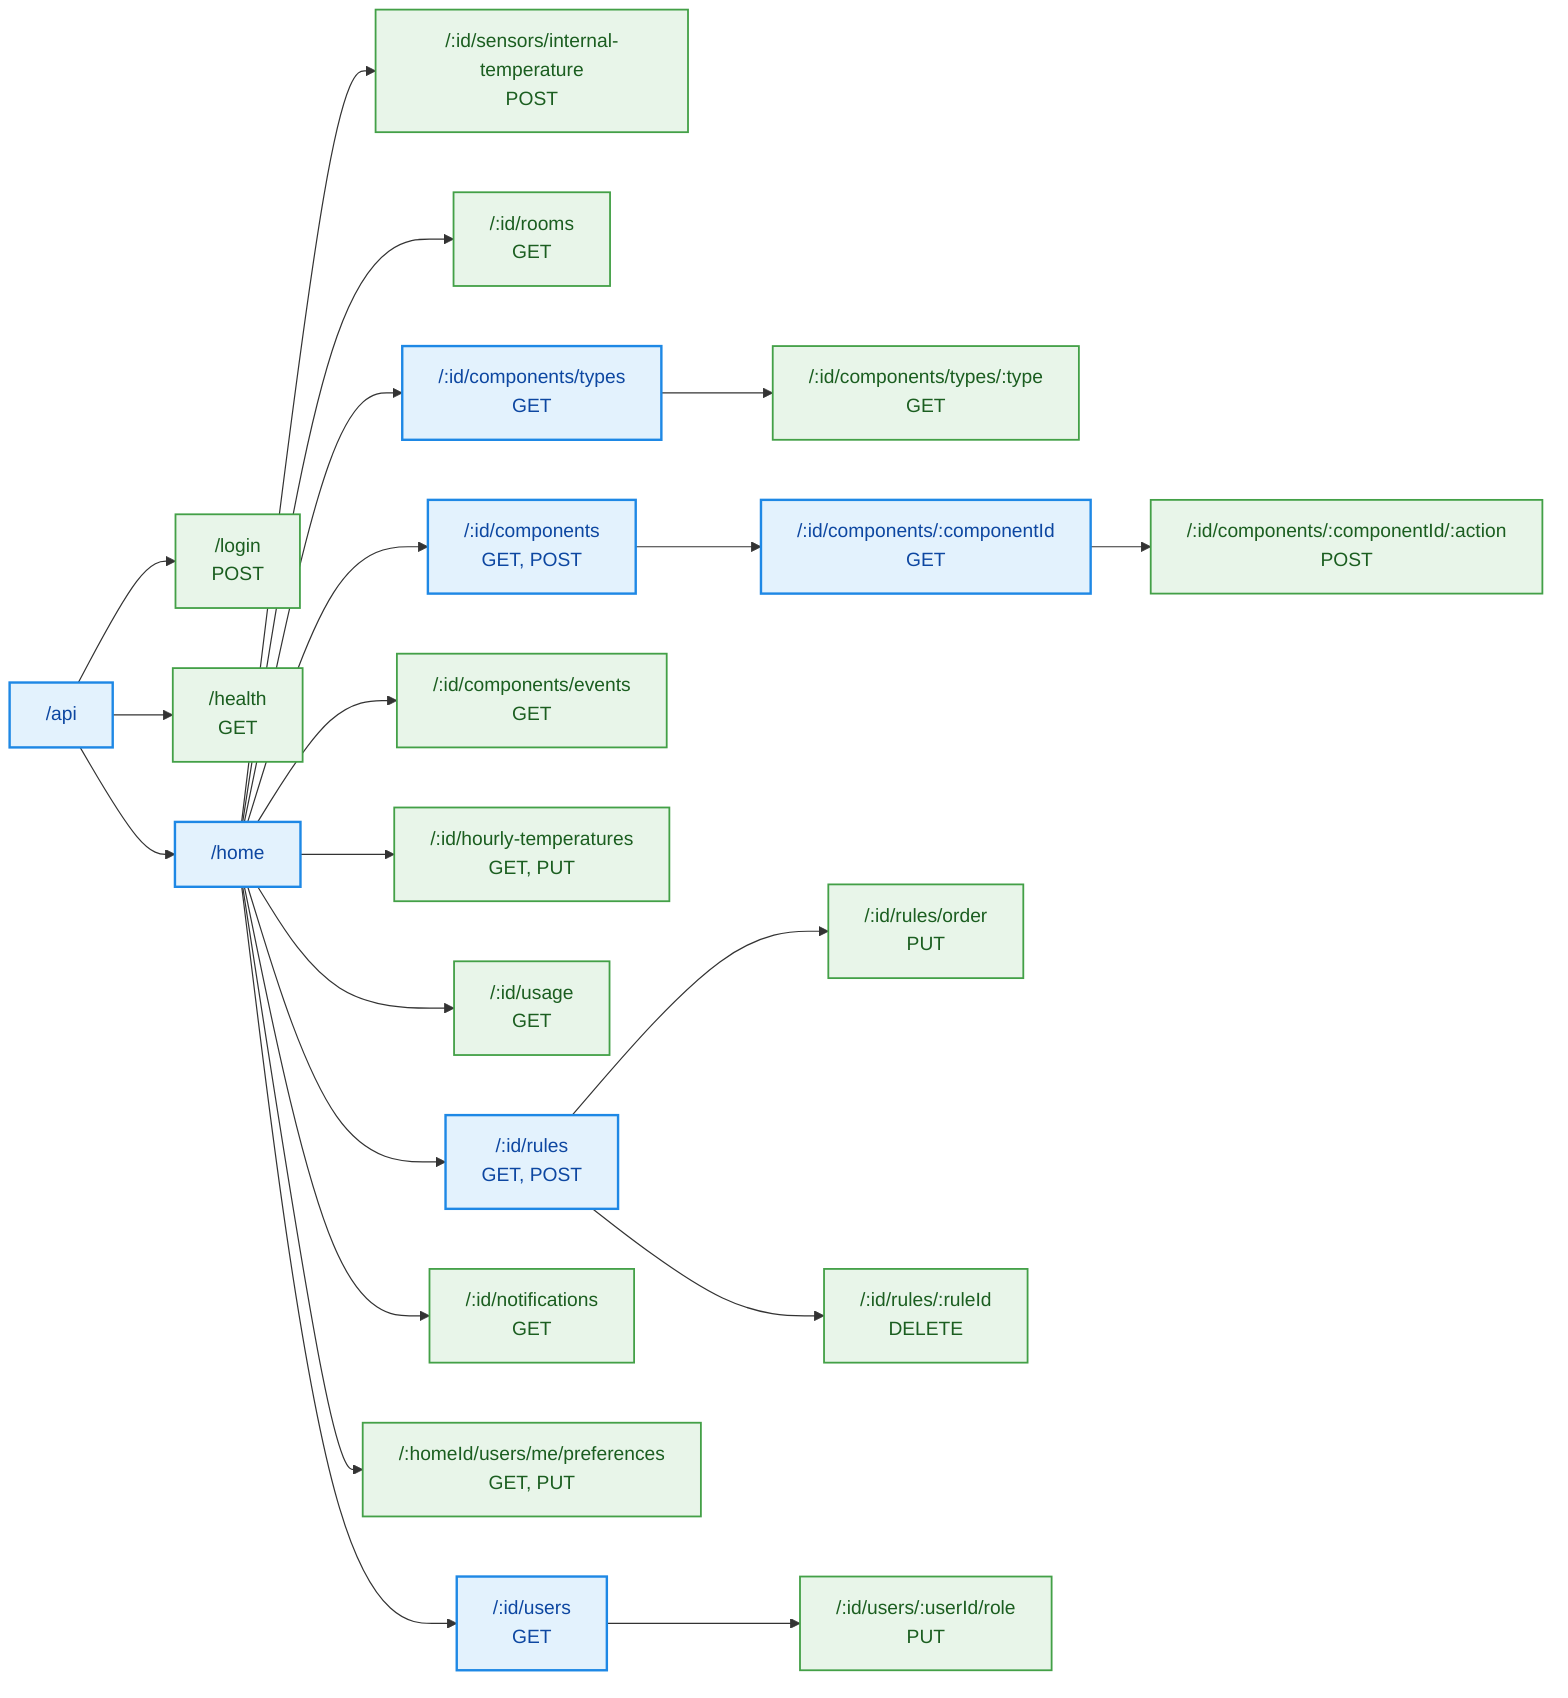
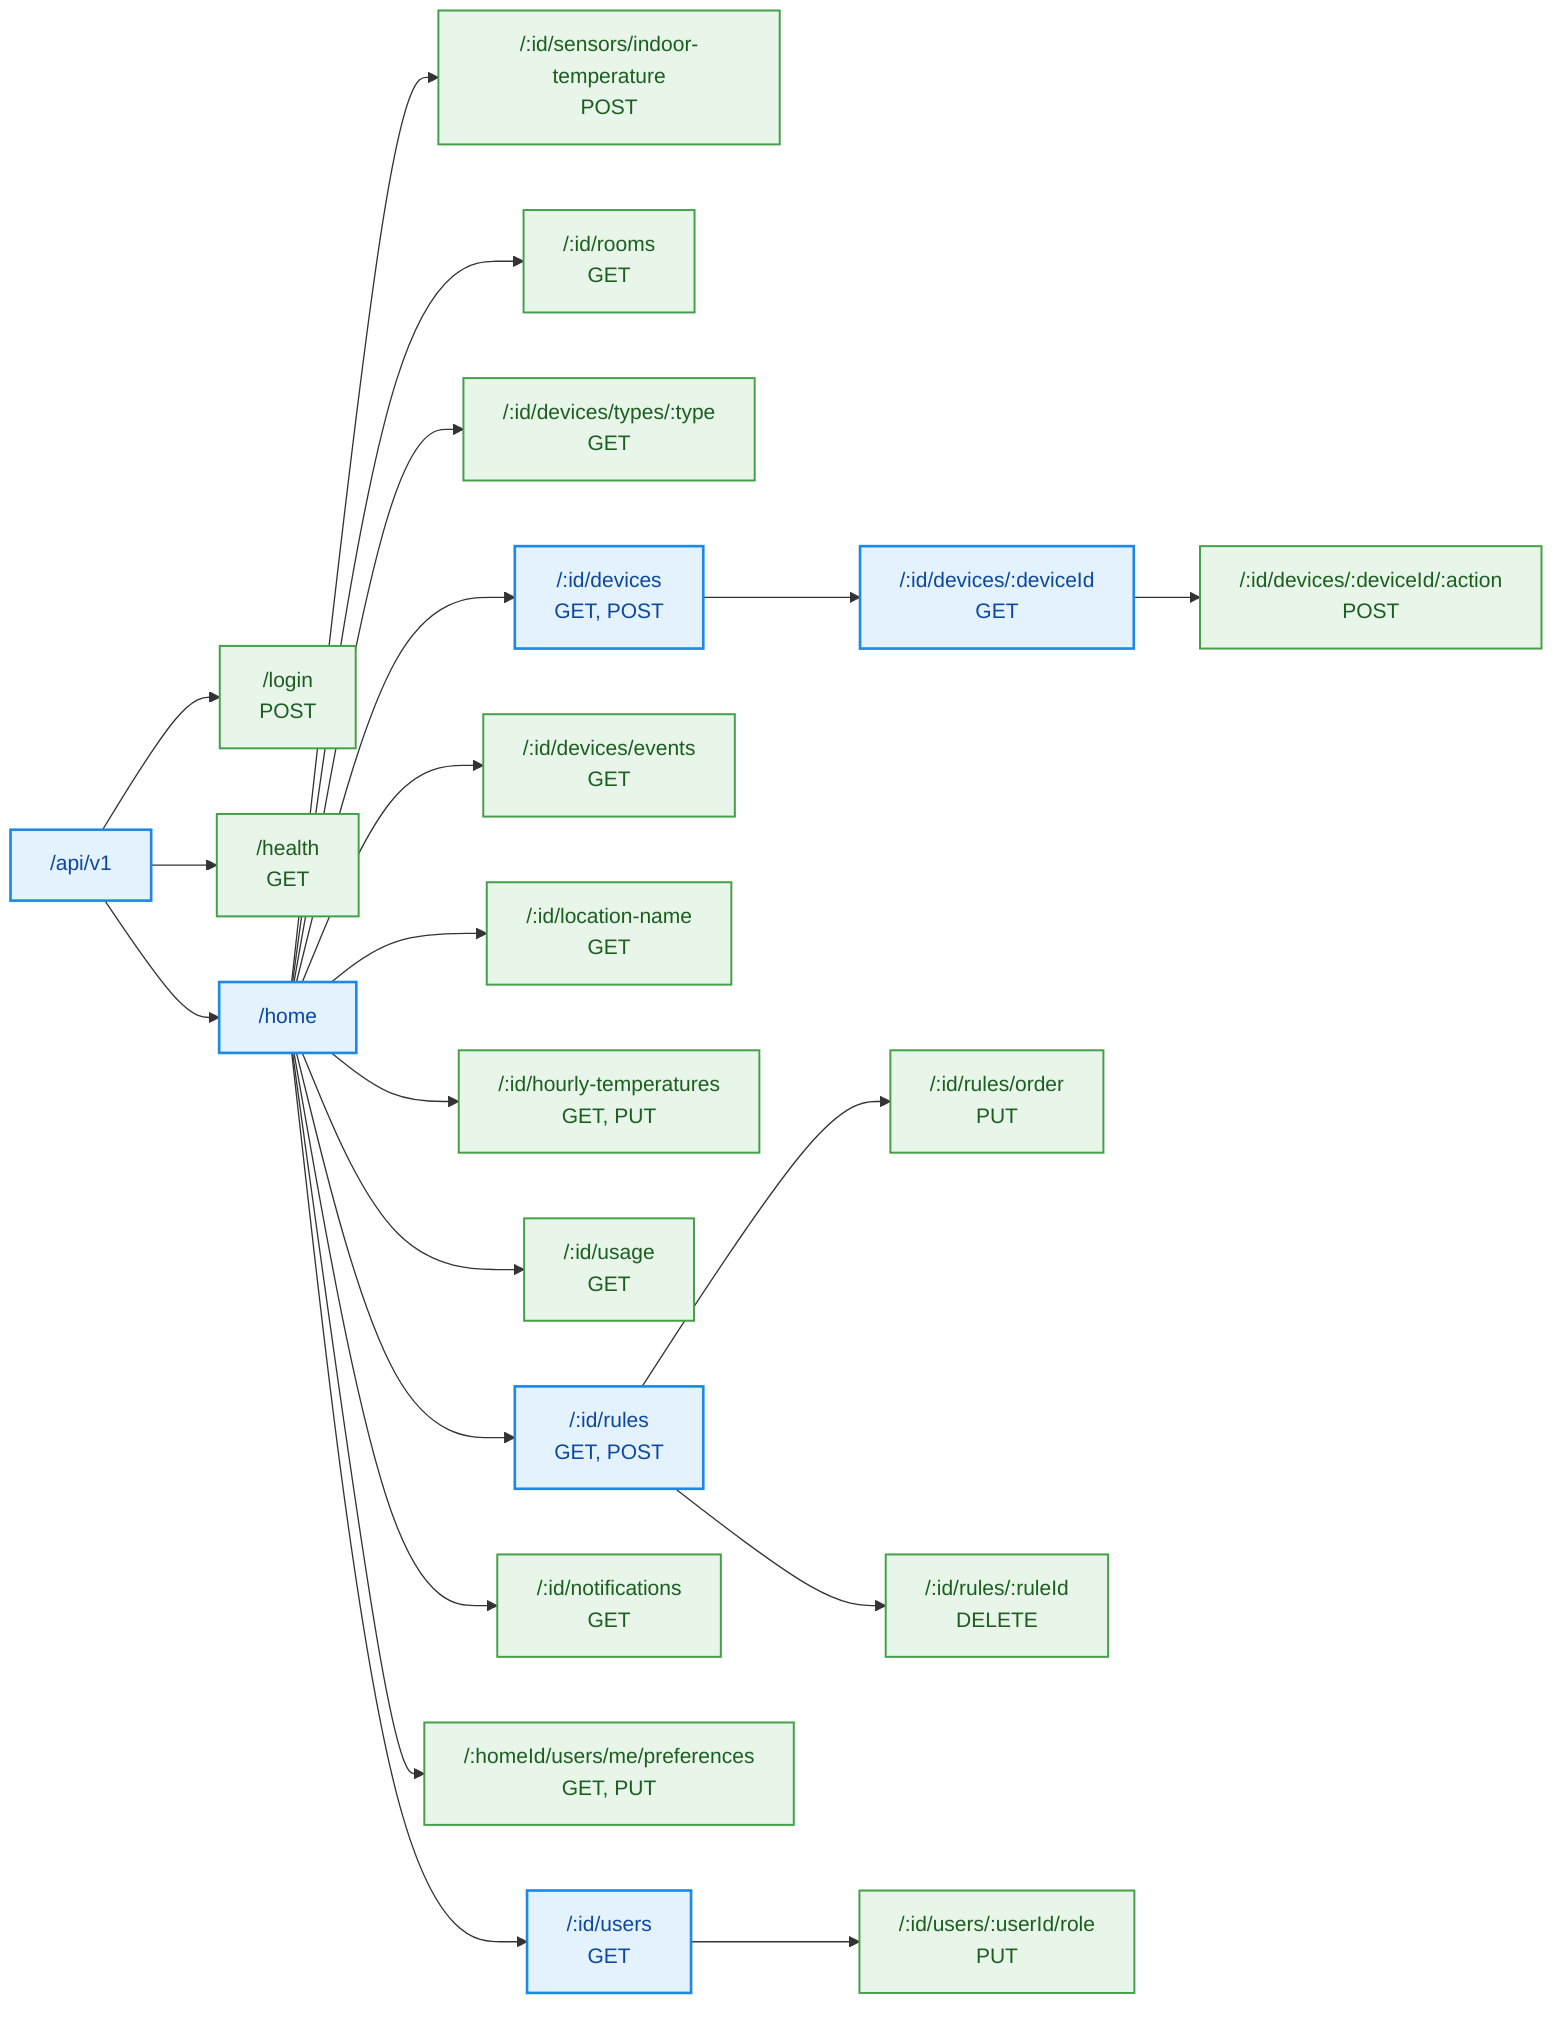
flowchart LR
-   api["/api"]:::api
+   api["/api/v1"]:::api
  api --> login["/login<br/>POST"]:::leaf
  api --> health["/health<br/>GET"]:::leaf
  api --> home["/home"]:::api
-   home --> sensors["/:id/sensors/internal-temperature<br/>POST"]:::leaf
+   home --> sensors["/:id/sensors/indoor-temperature<br/>POST"]:::leaf
  home --> rooms["/:id/rooms<br/>GET"]:::leaf
-   home --> comp_types["/:id/components/types<br/>GET"]:::api
-   comp_types --> comp_types_by["/:id/components/types/:type<br/>GET"]:::leaf
-   home --> comps["/:id/components<br/>GET, POST"]:::api
-   comps --> comp_get["/:id/components/:componentId<br/>GET"]:::api
-   comp_get --> comp_action["/:id/components/:componentId/:action<br/>POST"]:::leaf
-   home --> comp_events["/:id/components/events<br/>GET"]:::leaf
+   home --> comp_types_by["/:id/devices/types/:type<br/>GET"]:::leaf
+   home --> comps["/:id/devices<br/>GET, POST"]:::api
+   home --> comp_events["/:id/devices/events<br/>GET"]:::leaf
+   comps --> comp_get["/:id/devices/:deviceId<br/>GET"]:::api
+   comp_get --> comp_action["/:id/devices/:deviceId/:action<br/>POST"]:::leaf
+   home --> location_name["/:id/location-name<br/>GET"]:::leaf
  home --> hourly["/:id/hourly-temperatures<br/>GET, PUT"]:::leaf
  home --> usage["/:id/usage<br/>GET"]:::leaf
  home --> rules["/:id/rules<br/>GET, POST"]:::api
  rules --> rules_order["/:id/rules/order<br/>PUT"]:::leaf
  rules --> rules_delete["/:id/rules/:ruleId<br/>DELETE"]:::leaf
  home --> notifications["/:id/notifications<br/>GET"]:::leaf
  home --> preferences["/:homeId/users/me/preferences<br/>GET, PUT"]:::leaf
  home --> users["/:id/users<br/>GET"]:::api
  users --> user_role["/:id/users/:userId/role<br/>PUT"]:::leaf
  classDef api fill:#e3f2fd,stroke:#1e88e5,stroke-width:2px,color:#0d47a1;
  classDef leaf fill:#e8f5e9,stroke:#43a047,stroke-width:1.5px,color:#1b5e20;
